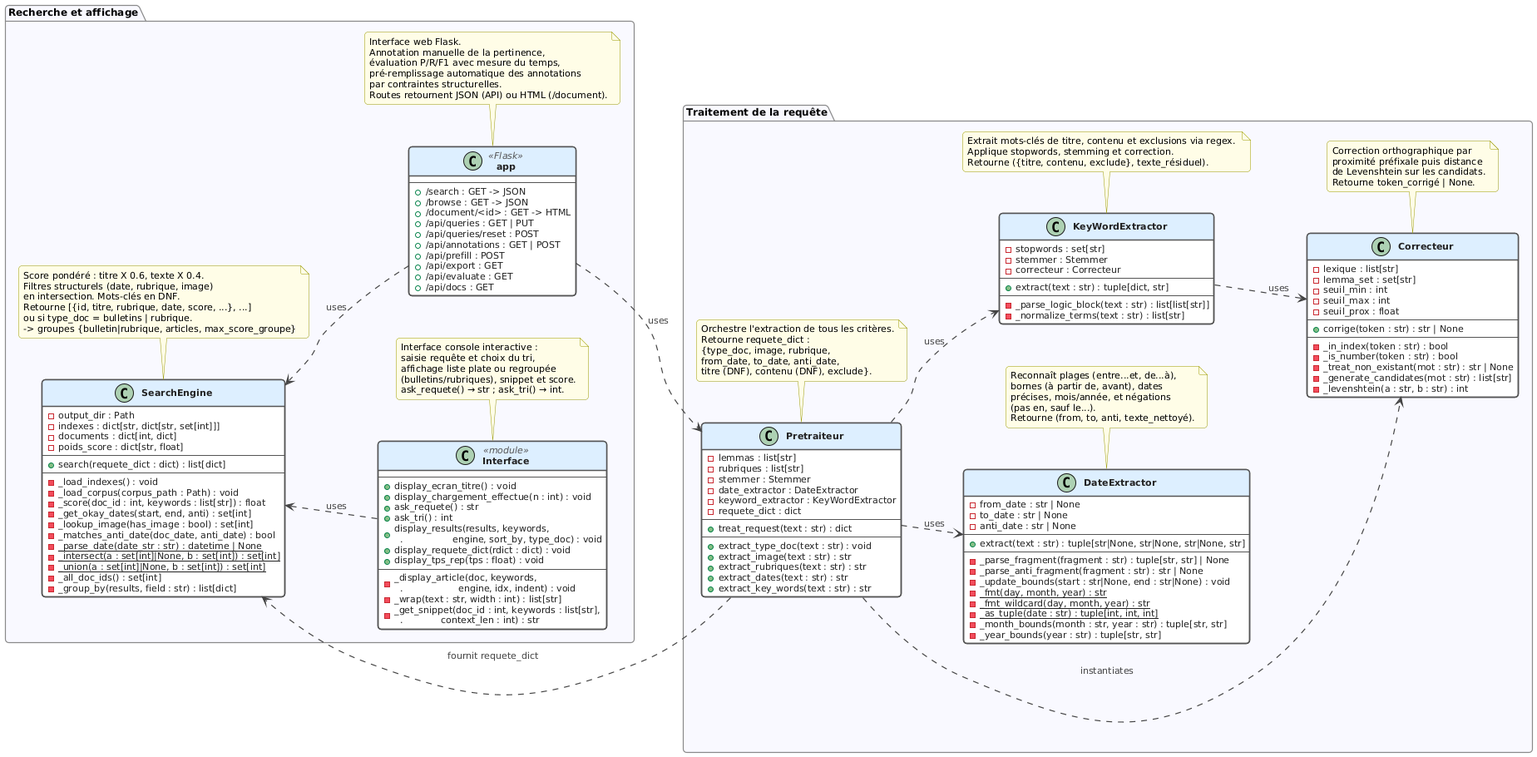
The PlantUML diagram uml/3-moteur.png in caioartus/lo17-dm, before a commit. Its diagram source:
```plantuml
@startuml
skinparam defaultFontName Helvetica

skinparam class {
    BackgroundColor White
    BorderColor #555555
    BorderThickness 1.5
    HeaderBackgroundColor #DDEEFF
    FontStyle bold
    AttributeFontSize 11
    AttributeFontColor #222222
    StereotypeFontColor #555555
    StereotypeFontSize 11
}

skinparam arrow {
    Color #444444
    FontColor #444444
    FontSize 11
    Thickness 1.2
}

skinparam note {
    BackgroundColor #FFFDE7
    BorderColor #999900
    FontSize 11
}

skinparam package {
    BackgroundColor #F8F8FF
    BorderColor #888888
    BorderThickness 1.2
    FontSize 12
    FontStyle bold
}

skinparam shadowing false
skinparam roundCorner 8
skinparam nodesep 50
skinparam ranksep 40

left to right direction


package "Traitement de la requête" {

    class Pretraiteur {
        - lemmas : list[str]
        - rubriques : list[str]
        - stemmer : Stemmer
        - date_extractor : DateExtractor
        - keyword_extractor : KeyWordExtractor
        - requete_dict : dict
        ---
        + treat_request(text : str) : dict
        ---
        + extract_type_doc(text : str) : void
        + extract_image(text : str) : str
        + extract_rubriques(text : str) : str
        + extract_dates(text : str) : str
        + extract_key_words(text : str) : str
    }

    class DateExtractor {
        - from_date : str | None
        - to_date : str | None
        - anti_date : str | None
        ---
        + extract(text : str) : tuple[str|None, str|None, str|None, str]
        ---
        - _parse_fragment(fragment : str) : tuple[str, str] | None
        - _parse_anti_fragment(fragment : str) : str | None
        - _update_bounds(start : str|None, end : str|None) : void
        - {static} _fmt(day, month, year) : str
        - {static} _fmt_wildcard(day, month, year) : str
        - {static} _as_tuple(date : str) : tuple[int, int, int]
        - _month_bounds(month : str, year : str) : tuple[str, str]
        - _year_bounds(year : str) : tuple[str, str]
    }

    class KeyWordExtractor {
        - stopwords : set[str]
        - stemmer : Stemmer
        - correcteur : Correcteur
        ---
        + extract(text : str) : tuple[dict, str]
        ---
        - _parse_logic_block(text : str) : list[list[str]]
        - _normalize_terms(text : str) : list[str]
    }

    class Correcteur {
        - lexique : list[str]
        - lemma_set : set[str]
        - seuil_min : int
        - seuil_max : int
        - seuil_prox : float
        ---
        + corrige(token : str) : str | None
        ---
        - _in_index(token : str) : bool
        - _is_number(token : str) : bool
        - _treat_non_existant(mot : str) : str | None
        - _generate_candidates(mot : str) : list[str]
        - _levenshtein(a : str, b : str) : int
    }

    note bottom of Pretraiteur
        Orchestre l'extraction de tous les critères.
        Retourne requete_dict :
        {type_doc, image, rubrique,
        from_date, to_date, anti_date,
        titre (DNF), contenu (DNF), exclude}.
    end note

    note bottom of Correcteur
        Correction orthographique par
        proximité préfixale puis distance
        de Levenshtein sur les candidats.
        Retourne token_corrigé | None.
    end note

    note bottom of DateExtractor
        Reconnaît plages (entre...et, de...à),
        bornes (à partir de, avant), dates
        précises, mois/année, et négations
        (pas en, sauf le...).
        Retourne (from, to, anti, texte_nettoyé).
    end note

    note bottom of KeyWordExtractor
        Extrait mots-clés de titre, contenu et exclusions via regex.
        Applique stopwords, stemming et correction.
        Retourne ({titre, contenu, exclude}, texte_résiduel).
    end note

    Pretraiteur      -[hidden]down-> DateExtractor
    Pretraiteur      -[hidden]down-> KeyWordExtractor
    KeyWordExtractor -[hidden]down-> Correcteur
}

package "Recherche et affichage" {

    class SearchEngine {
        - output_dir : Path
        - indexes : dict[str, dict[str, set[int]]]
        - documents : dict[int, dict]
        - poids_score : dict[str, float]
        ---
        + search(requete_dict : dict) : list[dict]
        ---
        - _load_indexes() : void
        - _load_corpus(corpus_path : Path) : void
        - _score(doc_id : int, keywords : list[str]) : float
        - _get_okay_dates(start, end, anti) : set[int]
        - _lookup_image(has_image : bool) : set[int]
        - _matches_anti_date(doc_date, anti_date) : bool
        - {static} _parse_date(date_str : str) : datetime | None
        - {static} _intersect(a : set[int]|None, b : set[int]) : set[int]
        - {static} _union(a : set[int]|None, b : set[int]) : set[int]
        - _all_doc_ids() : set[int]
        - _group_by(results, field : str) : list[dict]
    }

    note bottom of SearchEngine
        Score pondéré : titre X 0.6, texte X 0.4.
        Filtres structurels (date, rubrique, image)
        en intersection. Mots-clés en DNF.
        Retourne [{id, titre, rubrique, date, score, ...}, ...]
        ou si type_doc = bulletins | rubrique.
        -> groupes {bulletin|rubrique, articles, max_score_groupe}
    end note

    class "Interface" <<module>> {
        ---
        + display_ecran_titre() : void
        + display_chargement_effectue(n : int) : void
        + ask_requete() : str
        + ask_tri() : int
        + display_results(results, keywords,\n  .                 engine, sort_by, type_doc) : void
        + display_requete_dict(rdict : dict) : void
        + display_tps_rep(tps : float) : void
        ---
        - _display_article(doc, keywords,\n  .                   engine, idx, indent) : void
        - _wrap(text : str, width : int) : list[str]
        - _get_snippet(doc_id : int, keywords : list[str],\n  .             context_len : int) : str
    }

    note bottom of "Interface"
        Interface console interactive :
        saisie requête et choix du tri,
        affichage liste plate ou regroupée
        (bulletins/rubriques), snippet et score.
        ask_requete() → str ; ask_tri() → int.
    end note

    class "app" <<Flask>> {
        ---
        + /search : GET -> JSON
        + /browse : GET -> JSON
        + /document/<id> : GET -> HTML
        + /api/queries : GET | PUT
        + /api/queries/reset : POST
        + /api/annotations : GET | POST
        + /api/prefill : POST
        + /api/export : GET
        + /api/evaluate : GET
        + /api/docs : GET
    }

    note bottom of "app"
        Interface web Flask.
        Annotation manuelle de la pertinence,
        évaluation P/R/F1 avec mesure du temps,
        pré-remplissage automatique des annotations
        par contraintes structurelles.
        Routes retournent JSON (API) ou HTML (/document).
    end note

    SearchEngine -[hidden]down-> "Interface"
    SearchEngine -[hidden]down-> "app"
    "Interface" -[hidden]right-> "app"
}

Pretraiteur      ..>  DateExtractor      : «uses»
Pretraiteur      ..>  KeyWordExtractor   : «uses»
Pretraiteur      ..>  Correcteur         : «instantiates»
KeyWordExtractor ..>  Correcteur         : «uses»

"Interface" ..> SearchEngine : «uses»
"app"       ..> SearchEngine : «uses»

Pretraiteur ..> SearchEngine : «fournit requete_dict»
"app"        ..> Pretraiteur : «uses»
@enduml
```
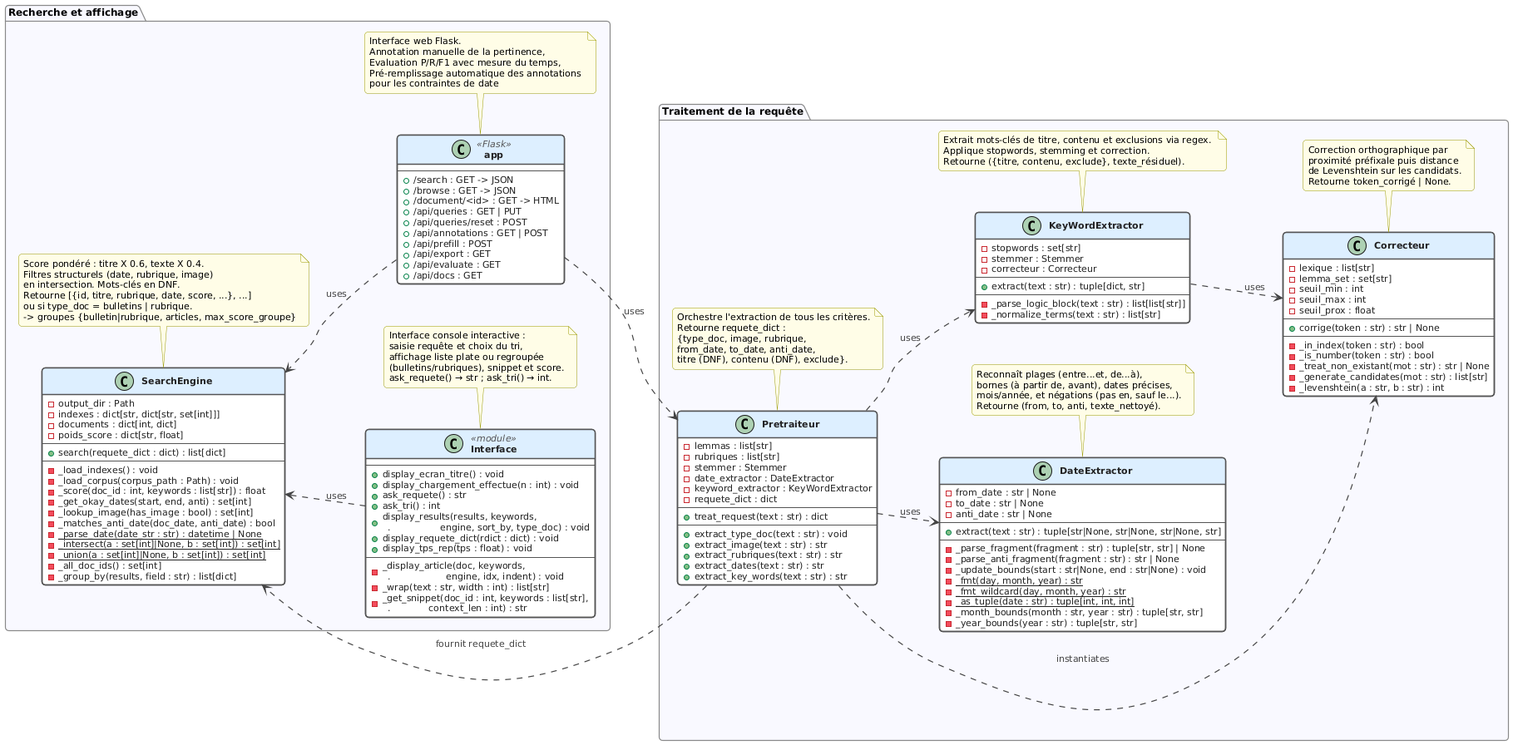
Later version of the same file.

Change to the diagram source:
```diff
@@ -122,9 +122,8 @@
 
     note bottom of DateExtractor
         Reconnaît plages (entre...et, de...à),
-        bornes (à partir de, avant), dates
-        précises, mois/année, et négations
-        (pas en, sauf le...).
+        bornes (à partir de, avant), dates précises,
+        mois/année, et négations (pas en, sauf le...).
         Retourne (from, to, anti, texte_nettoyé).
     end note
 
@@ -211,10 +210,9 @@
     note bottom of "app"
         Interface web Flask.
         Annotation manuelle de la pertinence,
-        évaluation P/R/F1 avec mesure du temps,
-        pré-remplissage automatique des annotations
-        par contraintes structurelles.
-        Routes retournent JSON (API) ou HTML (/document).
+        Evaluation P/R/F1 avec mesure du temps,
+        Pré-remplissage automatique des annotations
+        pour les contraintes de date
     end note
 
     SearchEngine -[hidden]down-> "Interface"
```
